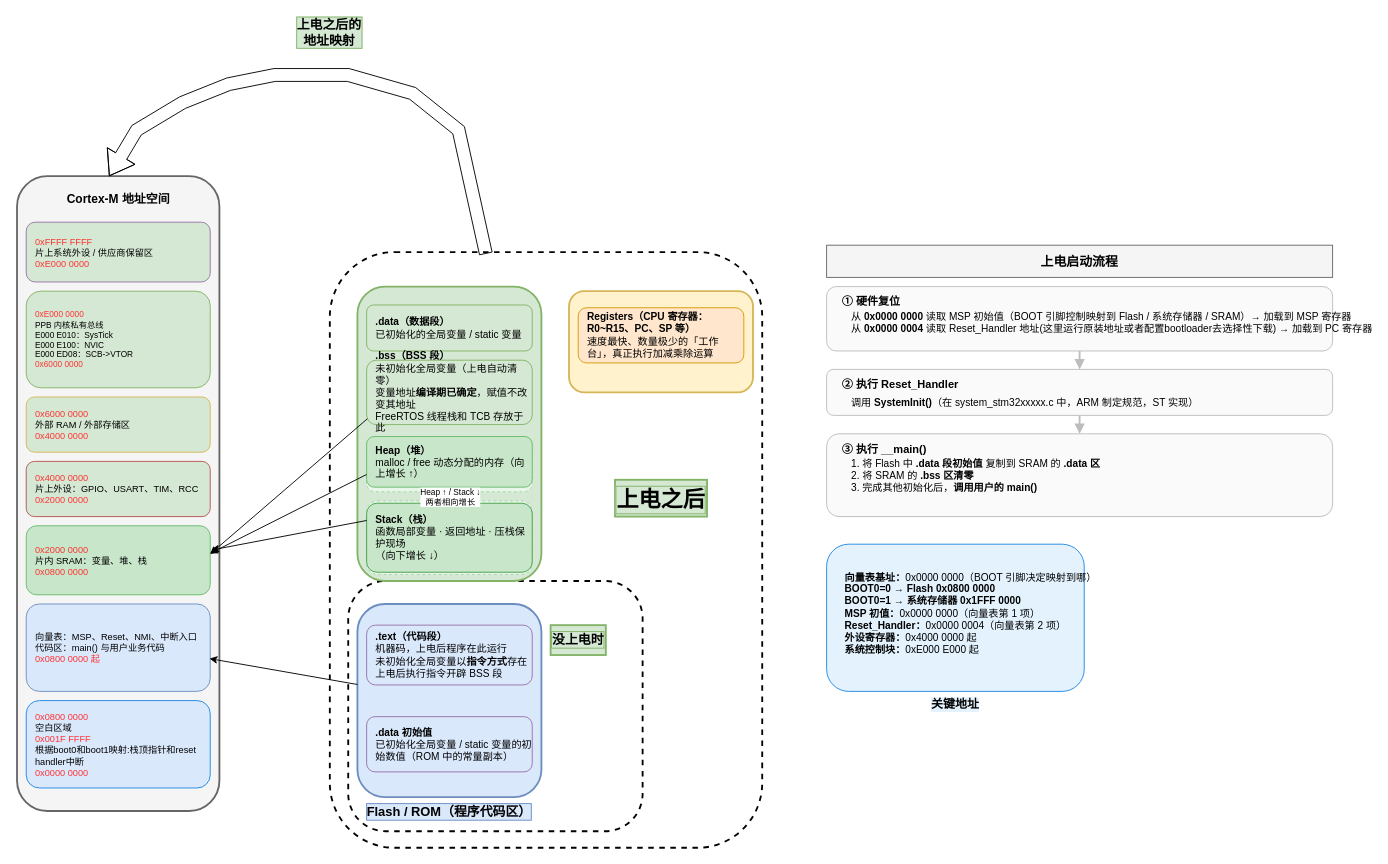
Earlier version of the draw.io diagram 术中自有万钟粟/Cortex-M4内核原理/arm_mcu内存划分.drawio (evil0knight/Basic_learning_record). Source tidied: cells renumbered, new cells numbered last; positions are measured from the earlier drawing's top-left corner, leaving out a move shared by most shapes. Both pictures are drawn from the tidied source at 92%, with x=0, y=0 at pixel (17, 75).
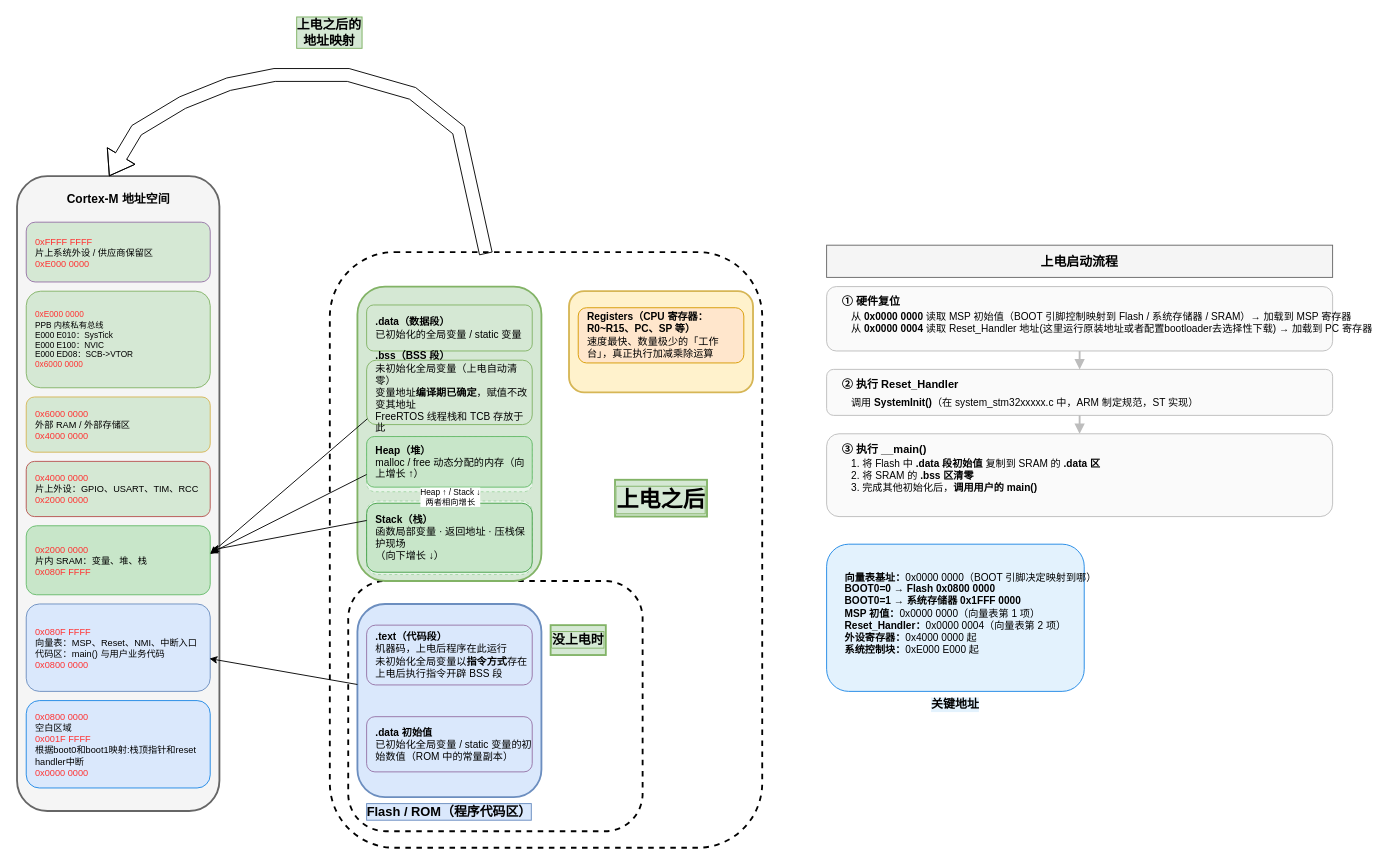
Above is the later version.

Commit message (it also covers changes not shown here):
地址空间图标出代码区范围 0x0800 0000 ~ 0x080F FFFF

Change to the diagram source:
```diff
@@
-    <mxCell id="38" value="&lt;span style=&quot;color: rgb(255, 51, 51);&quot;&gt;0x2000 0000&lt;/span&gt;&lt;br&gt;片内 SRAM：变量、堆、栈&lt;br&gt;&lt;span style=&quot;color: rgb(255, 51, 51);&quot;&gt;0x0800 0000&lt;/span&gt;" style="rounded=1;whiteSpace=wrap;html=1;fillColor=#c8e6c9;strokeColor=#66bb6a;fontSize=10;align=left;spacingLeft=8;" parent="1" vertex="1">
+    <mxCell id="38" value="&lt;span style=&quot;color: rgb(255, 51, 51);&quot;&gt;0x2000 0000&lt;/span&gt;&lt;br&gt;片内 SRAM：变量、堆、栈&lt;br&gt;&lt;span style=&quot;color: rgb(255, 51, 51);&quot;&gt;0x080F FFFF&lt;/span&gt;" style="rounded=1;whiteSpace=wrap;html=1;fillColor=#c8e6c9;strokeColor=#66bb6a;fontSize=10;align=left;spacingLeft=8;" parent="1" vertex="1">
       <mxGeometry x="10" y="490" width="200" height="75" as="geometry" />
     </mxCell>
-    <mxCell id="39" value="向量表：MSP、Reset、NMI、中断入口&lt;br&gt;代码区：main() 与用户业务代码&lt;br&gt;&lt;span style=&quot;color: rgb(255, 51, 51);&quot;&gt;0x0800 0000 起&lt;/span&gt;" style="rounded=1;whiteSpace=wrap;html=1;fillColor=#dae8fc;strokeColor=#6c8ebf;fontSize=10;align=left;spacingLeft=8;" parent="1" vertex="1">
+    <mxCell id="39" value="&lt;span style=&quot;color: rgb(255, 51, 51);&quot;&gt;0x080F FFFF&lt;/span&gt;&lt;br&gt;向量表：MSP、Reset、NMI、中断入口&lt;br&gt;代码区：main() 与用户业务代码&lt;br&gt;&lt;span style=&quot;color: rgb(255, 51, 51);&quot;&gt;0x0800 0000&lt;/span&gt;" style="rounded=1;whiteSpace=wrap;html=1;fillColor=#dae8fc;strokeColor=#6c8ebf;fontSize=10;align=left;spacingLeft=8;" parent="1" vertex="1">
       <mxGeometry x="10" y="575" width="200" height="95" as="geometry" />
     </mxCell>
```
